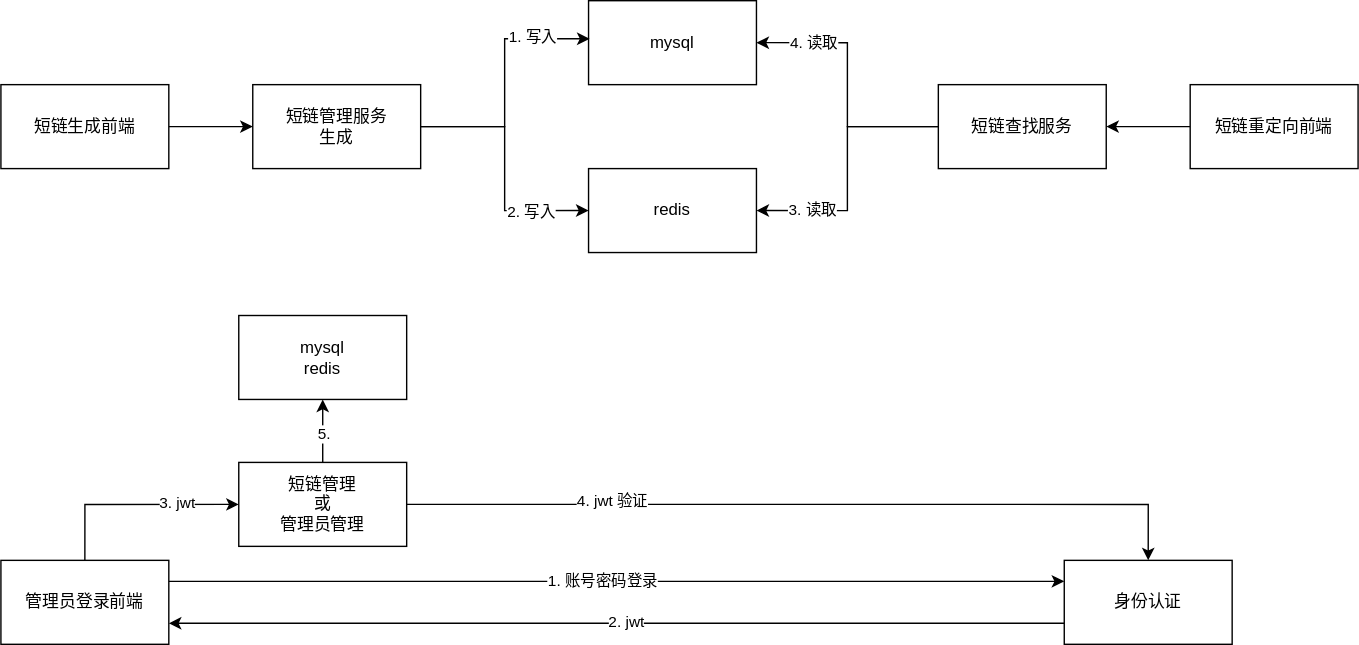
QuarkLink/docs keeps this draw.io diagram as asserts/后端架构.drawio.svg. Above is the earlier version. Source tidied: cells renumbered, new cells last; positions are measured from the earlier drawing's top-left corner, leaving out a move shared by most shapes.
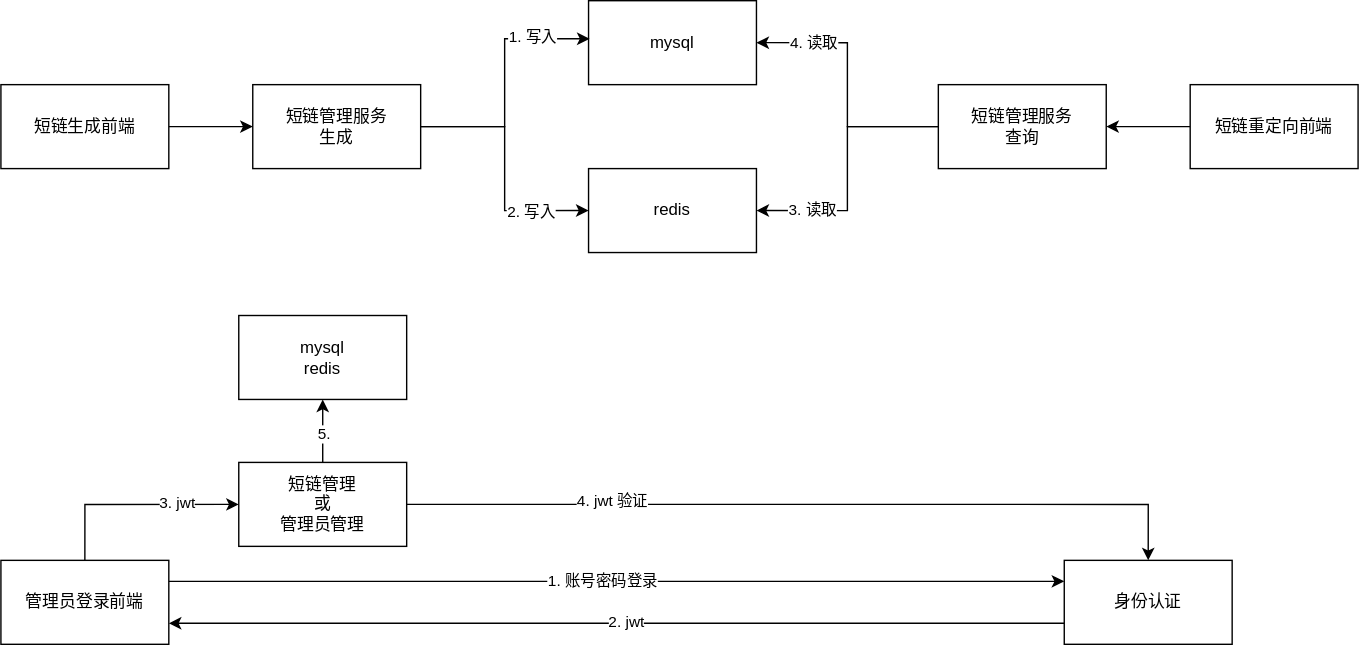
Later version of the same file.

Commit message:
更新后端架构.drawio.svg

Diff of the diagram source:
```diff
@@ -39,7 +39,7 @@
         <mxPoint x="13" y="-2" as="offset" />
       </mxGeometry>
     </mxCell>
-    <mxCell id="13" value="短链查找服务" style="rounded=0;whiteSpace=wrap;html=1;" parent="1" vertex="1">
+    <mxCell id="13" value="短链管理服务&lt;div&gt;查询&lt;/div&gt;" style="rounded=0;whiteSpace=wrap;html=1;" parent="1" vertex="1">
       <mxGeometry x="670" y="60" width="120" height="60" as="geometry" />
     </mxCell>
     <mxCell id="14" style="edgeStyle=orthogonalEdgeStyle;rounded=0;jettySize=auto;html=1;exitX=1;exitY=0.5;exitDx=0;exitDy=0;entryX=0;entryY=0.5;entryDx=0;entryDy=0;" parent="1" edge="1" source="15" target="4">
```
